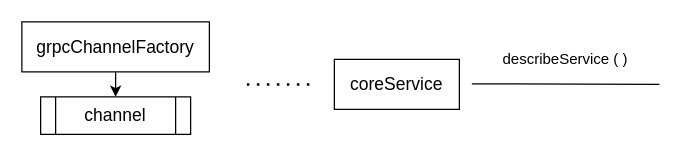
This is epp.drawio from TouyamaRie/My_pictures, a draw.io file, before an edit. Source tidied: cells renumbered, new cells numbered last; positions are measured from the earlier drawing's top-left corner, leaving out a move shared by most shapes. Both pictures are drawn from the tidied source at 125%, with x=0, y=0 at pixel (21, 21).
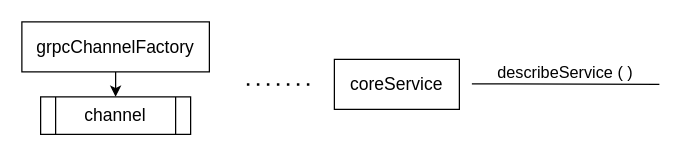
After the change.

The edit, as a diff of the source:
```diff
@@
 <mxGraphModel>
   <root>
     <mxCell id="0" />
     <mxCell id="1" parent="0" />
     <mxCell id="2" value="&lt;font style=&quot;font-size: 14px;&quot;&gt;coreService&lt;/font&gt;" style="rounded=0;whiteSpace=wrap;html=1;" parent="1" vertex="1">
       <mxGeometry x="250" y="30" width="100" height="40" as="geometry" />
     </mxCell>
     <mxCell id="3" style="edgeStyle=orthogonalEdgeStyle;rounded=0;jettySize=auto;html=1;exitX=0.5;exitY=1;exitDx=0;exitDy=0;entryX=0.5;entryY=0;entryDx=0;entryDy=0;" parent="1" edge="1" source="4" target="5">
       <mxGeometry relative="1" as="geometry" />
     </mxCell>
     <mxCell id="4" value="&lt;font style=&quot;font-size: 14px;&quot;&gt;grpcChannelFactory&lt;/font&gt;" style="rounded=0;whiteSpace=wrap;html=1;" parent="1" vertex="1">
       <mxGeometry width="150" height="40" as="geometry" />
     </mxCell>
     <mxCell id="5" value="&lt;font style=&quot;font-size: 14px;&quot;&gt;channel&lt;/font&gt;" style="shape=process;whiteSpace=wrap;html=1;backgroundOutline=1;" parent="1" vertex="1">
       <mxGeometry x="15" y="60" width="120" height="30" as="geometry" />
     </mxCell>
     <mxCell id="6" style="endArrow=none;dashed=1;html=1;dashPattern=1 3;strokeWidth=2;rounded=0;" parent="1" edge="1">
       <mxGeometry relative="1" as="geometry">
         <mxPoint x="180" y="50" as="sourcePoint" />
         <mxPoint x="230" y="50" as="targetPoint" />
       </mxGeometry>
     </mxCell>
     <mxCell id="7" style="endArrow=none;html=1;rounded=0;" parent="1" edge="1">
       <mxGeometry relative="1" as="geometry">
         <mxPoint x="360" y="49.5" as="sourcePoint" />
         <mxPoint x="510" y="50" as="targetPoint" />
       </mxGeometry>
     </mxCell>
-    <mxCell id="8" value="describeService ( )" style="text;html=1;align=center;verticalAlign=middle;whiteSpace=wrap;rounded=0;" parent="1" vertex="1">
-      <mxGeometry x="380" y="20" width="110" height="20" as="geometry" />
+    <mxCell id="8" value="&lt;font style=&quot;font-size: 13px;&quot;&gt;describeService ( )&lt;/font&gt;" style="text;html=1;align=center;verticalAlign=middle;whiteSpace=wrap;rounded=0;" parent="1" vertex="1">
+      <mxGeometry x="370" y="30" width="130" height="20" as="geometry" />
     </mxCell>
   </root>
 </mxGraphModel>
```
